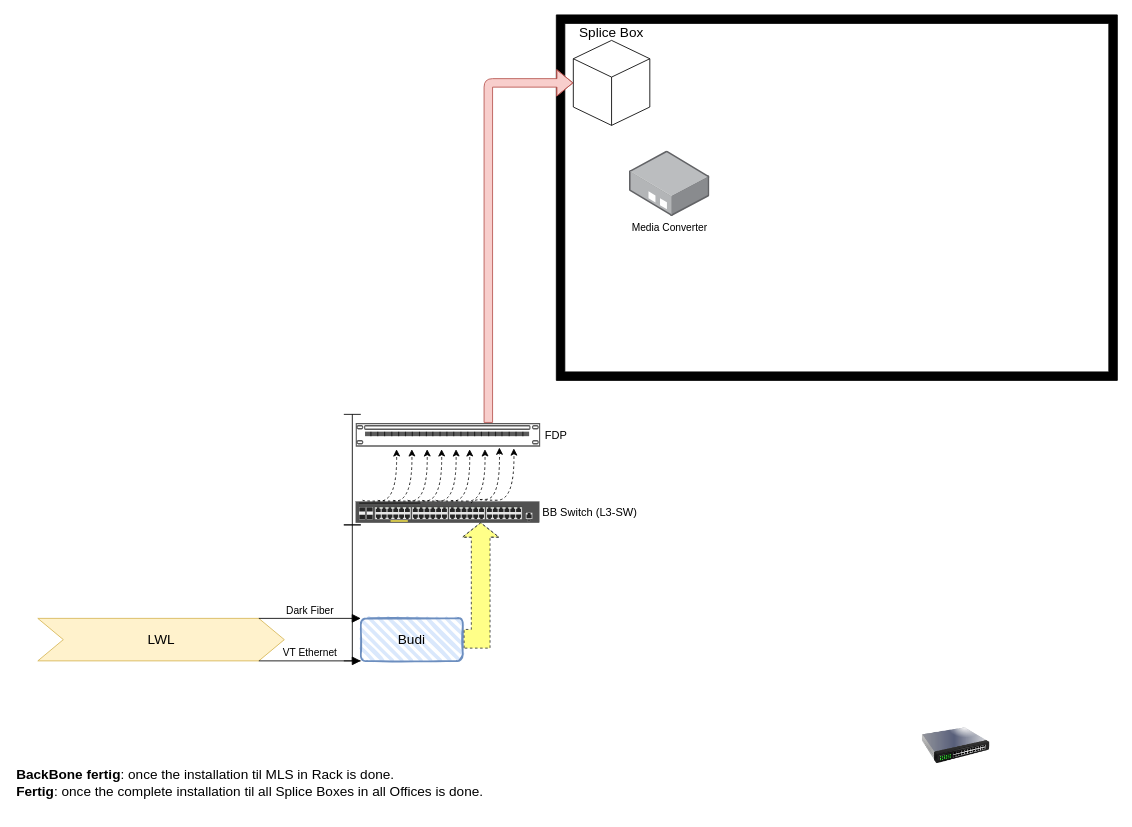
The draw.io diagram Optical Fiber connection - Office Side/main OF.drawio in payam-avarwand/Network_Diagrams, before the edit. Source tidied: cells renumbered, new cells numbered last; positions are measured from the earlier drawing's top-left corner, leaving out a move shared by most shapes. Both pictures are drawn from the tidied source at 85%, with x=0, y=0 at pixel (14, 14).
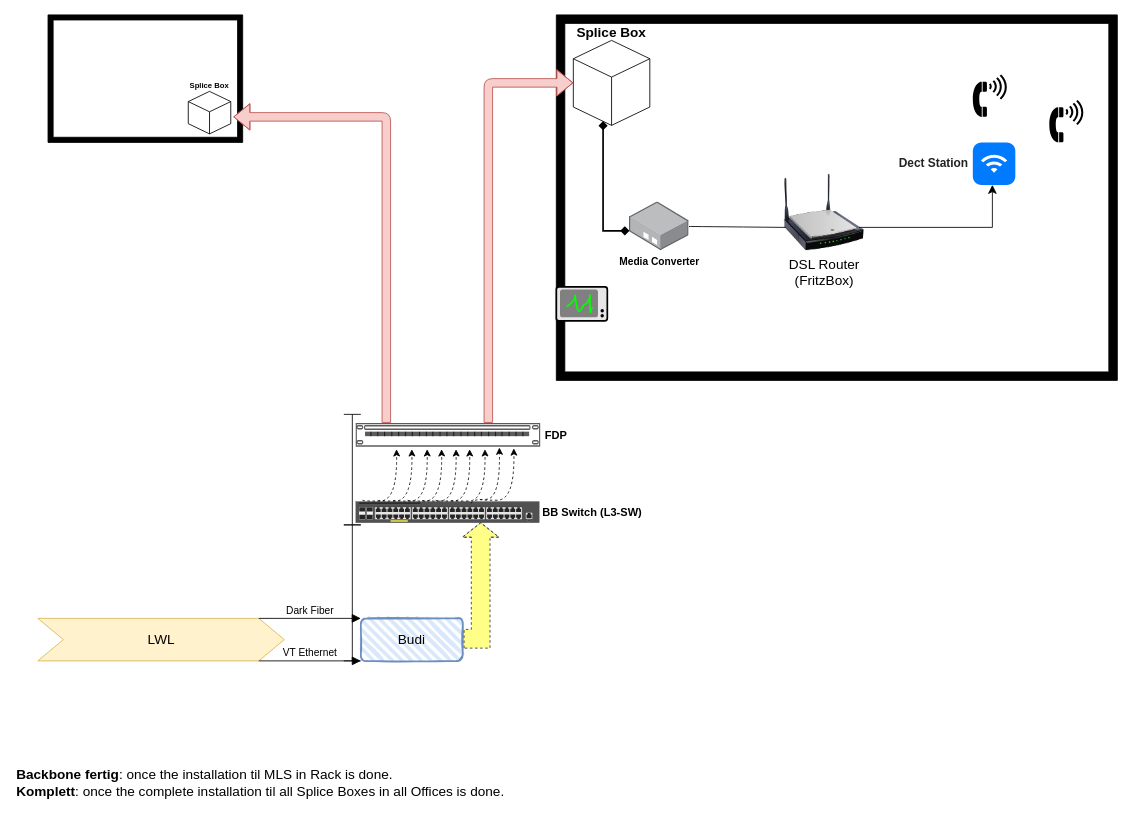
After the change.

Diff of the diagram source:
```diff
@@
-    <mxCell id="2" style="image;html=1;image=img/lib/clip_art/networking/Switch_128x128.png;" parent="1" vertex="1">
-      <mxGeometry x="1067" y="820" width="80" height="80" as="geometry" />
-    </mxCell>
-    <mxCell id="3" value="Media Converter" style="image;points=[];html=1;align=center;shadow=0;dashed=0;image=img/lib/allied_telesis/media_converters/Media_Converter_Standalone.svg;imageBackground=none;fillStyle=auto;imageBorder=none;" parent="1" vertex="1">
-      <mxGeometry x="723" y="160" width="94.6" height="77.2" as="geometry" />
+    <mxCell id="3" value="&lt;b&gt;Media Converter&lt;/b&gt;" style="image;points=[];html=1;align=center;shadow=0;dashed=0;image=img/lib/allied_telesis/media_converters/Media_Converter_Standalone.svg;imageBackground=none;fillStyle=auto;imageBorder=none;verticalAlign=top;" parent="1" vertex="1">
+      <mxGeometry x="723" y="220" width="70.1" height="57.2" as="geometry" />
     </mxCell>
@@
-    <mxCell id="6" value="&lt;div align=&quot;left&quot;&gt;&lt;b&gt;BackBone fertig&lt;/b&gt;: once the installation til MLS in Rack is done.&lt;/div&gt;&lt;div align=&quot;left&quot;&gt;&lt;b&gt;Fertig&lt;/b&gt;: once the complete installation til all Splice Boxes in all Offices is done.&lt;/div&gt;" style="text;strokeColor=none;fillColor=none;html=1;align=left;verticalAlign=middle;whiteSpace=wrap;rounded=0;fontSize=16;" parent="1" vertex="1">
-      <mxGeometry y="867" width="570" height="71" as="geometry" />
+    <mxCell id="6" value="&lt;div align=&quot;left&quot;&gt;&lt;b&gt;Backbone fertig&lt;/b&gt;: once the installation til MLS in Rack is done.&lt;/div&gt;&lt;div align=&quot;left&quot;&gt;&lt;b&gt;Komplett&lt;/b&gt;: once the complete installation til all Splice Boxes in all Offices is done.&lt;/div&gt;" style="text;strokeColor=none;fillColor=none;html=1;align=left;verticalAlign=middle;whiteSpace=wrap;rounded=0;fontSize=16;" parent="1" vertex="1">
+      <mxGeometry y="867" width="627" height="71" as="geometry" />
     </mxCell>
@@
-    <mxCell id="11" value="FDP" style="strokeColor=#666666;html=1;labelPosition=right;align=left;spacingLeft=15;shadow=0;dashed=0;shape=mxgraph.rack.general.cat5e_rack_mount_patch_panel_24_ports;fontSize=13;verticalAlign=middle;spacing=-9;" parent="1" vertex="1">
+    <mxCell id="11" value="&lt;b&gt;FDP&lt;/b&gt;" style="strokeColor=#666666;html=1;labelPosition=right;align=left;spacingLeft=15;shadow=0;dashed=0;shape=mxgraph.rack.general.cat5e_rack_mount_patch_panel_24_ports;fontSize=13;verticalAlign=middle;spacing=-9;" parent="1" vertex="1">
       <mxGeometry x="401" y="480" width="217" height="28" as="geometry" />
     </mxCell>
-    <mxCell id="12" value="BB Switch (L3-SW)" style="html=1;verticalLabelPosition=middle;verticalAlign=middle;shadow=0;dashed=0;shape=mxgraph.rack.hpe_aruba.switches.jl256a_aruba_2930f_48g_poeplus_4sfpplus_switch;fontSize=13;labelPosition=right;align=left;spacing=4;" parent="1" vertex="1">
+    <mxCell id="12" value="&lt;b&gt;BB Switch (L3-SW)&lt;/b&gt;" style="html=1;verticalLabelPosition=middle;verticalAlign=middle;shadow=0;dashed=0;shape=mxgraph.rack.hpe_aruba.switches.jl256a_aruba_2930f_48g_poeplus_4sfpplus_switch;fontSize=13;labelPosition=right;align=left;spacing=4;" parent="1" vertex="1">
       <mxGeometry x="401" y="572.5" width="216" height="25" as="geometry" />
     </mxCell>
@@
-    <mxCell id="24" value="&lt;p style=&quot;line-height: 0%;&quot;&gt;Splice Box&lt;/p&gt;" style="html=1;whiteSpace=wrap;shape=isoCube2;backgroundOutline=1;isoAngle=15;fontSize=16;labelPosition=center;verticalLabelPosition=top;align=center;verticalAlign=bottom;spacing=-8;" parent="1" vertex="1">
+    <mxCell id="24" value="&lt;p style=&quot;line-height: 0%;&quot;&gt;&lt;b&gt;Splice Box&lt;/b&gt;&lt;/p&gt;" style="html=1;whiteSpace=wrap;shape=isoCube2;backgroundOutline=1;isoAngle=15;fontSize=16;labelPosition=center;verticalLabelPosition=top;align=center;verticalAlign=bottom;spacing=-8;" parent="1" vertex="1">
       <mxGeometry x="657" y="30" width="90" height="100" as="geometry" />
     </mxCell>
@@
+    <mxCell id="27" style="verticalLabelPosition=bottom;html=1;verticalAlign=top;align=center;shape=mxgraph.floorplan.room;fillColor=strokeColor;fontSize=16;strokeWidth=1;shadow=0;wallThickness=6;" parent="1" vertex="1">
+      <mxGeometry x="39" width="229" height="150" as="geometry" />
+    </mxCell>
+    <mxCell id="28" value="&lt;b style=&quot;font-size: 9px;&quot;&gt;&lt;font style=&quot;font-size: 9px;&quot;&gt;Splice Box&lt;/font&gt;&lt;/b&gt;" style="html=1;whiteSpace=wrap;shape=isoCube2;backgroundOutline=1;isoAngle=15;fontSize=9;labelPosition=center;verticalLabelPosition=top;align=center;verticalAlign=bottom;spacing=1;" parent="1" vertex="1">
+      <mxGeometry x="204" y="90" width="50" height="50" as="geometry" />
+    </mxCell>
+    <mxCell id="29" style="edgeStyle=segmentEdgeStyle;endArrow=classic;html=1;curved=0;rounded=1;fontSize=12;fillColor=#f8cecc;strokeColor=#b85450;shadow=0;shape=flexArrow;" parent="1" edge="1">
+      <mxGeometry relative="1" as="geometry">
+        <mxPoint x="437" y="480" as="sourcePoint" />
+        <mxPoint x="257" y="120" as="targetPoint" />
+        <Array as="points">
+          <mxPoint x="437" y="120" />
+          <mxPoint x="277" y="120" />
+        </Array>
+      </mxGeometry>
+    </mxCell>
+    <mxCell id="30" style="endArrow=diamond;html=1;fontSize=12;entryX=0.389;entryY=0.95;entryDx=0;entryDy=0;entryPerimeter=0;exitX=0;exitY=0.596;exitDx=0;exitDy=0;exitPerimeter=0;horizontal=1;verticalAlign=top;edgeStyle=orthogonalEdgeStyle;endFill=1;startArrow=diamond;startFill=1;strokeWidth=2;rounded=0;jumpStyle=sharp;shadow=0;" parent="1" edge="1" source="3" target="24">
+      <mxGeometry relative="1" as="geometry" />
+    </mxCell>
+    <mxCell id="31" value="&lt;div&gt;DSL Router&lt;/div&gt;&lt;div&gt;(FritzBox)&lt;br&gt;&lt;/div&gt;" style="image;html=1;image=img/lib/clip_art/networking/Wireless_Router_N_128x128.png;fontSize=16;" parent="1" vertex="1">
+      <mxGeometry x="897" y="187.2" width="110" height="90" as="geometry" />
+    </mxCell>
+    <mxCell id="32" style="endArrow=none;html=1;rounded=0;fontSize=12;startSize=8;endSize=8;curved=1;entryX=0.091;entryY=0.698;entryDx=0;entryDy=0;entryPerimeter=0;" parent="1" edge="1" source="3" target="31">
+      <mxGeometry relative="1" as="geometry" />
+    </mxCell>
+    <mxCell id="33" style="html=1;strokeWidth=2;dashed=0;align=center;fontSize=8;verticalLabelPosition=bottom;verticalAlign=top;shape=mxgraph.eip.control_bus;fillColor=#c0f5a9;" parent="1" vertex="1">
+      <mxGeometry x="637" y="320" width="60" height="40" as="geometry" />
+    </mxCell>
+    <mxCell id="34" style="shape=mxgraph.signs.tech.telephone_4;html=1;fillColor=#000000;strokeColor=none;verticalLabelPosition=bottom;verticalAlign=top;align=center;fontSize=16;" parent="1" vertex="1">
+      <mxGeometry x="1217" y="100" width="40" height="50" as="geometry" />
+    </mxCell>
+    <mxCell id="35" style="shape=mxgraph.signs.tech.telephone_4;html=1;fillColor=#000000;strokeColor=none;verticalLabelPosition=bottom;verticalAlign=top;align=center;fontSize=16;" parent="1" vertex="1">
+      <mxGeometry x="1127" y="70" width="40" height="50" as="geometry" />
+    </mxCell>
+    <mxCell id="36" value="&lt;font style=&quot;font-size: 14px;&quot;&gt;&lt;b&gt;Dect Station&lt;/b&gt;&lt;br&gt;&lt;/font&gt;" style="html=1;strokeWidth=1;shadow=0;dashed=0;shape=mxgraph.ios7.misc.wifi;fillColor=#007AFF;strokeColor=none;buttonText=;strokeColor2=#222222;fontColor=#222222;fontSize=8;verticalLabelPosition=middle;verticalAlign=middle;align=right;sketch=0;labelPosition=left;spacing=6;" parent="1" vertex="1">
+      <mxGeometry x="1127" y="150" width="50" height="50" as="geometry" />
+    </mxCell>
+    <mxCell id="37" style="edgeStyle=segmentEdgeStyle;endArrow=classic;html=1;curved=0;rounded=0;endSize=8;startSize=8;fontSize=12;entryX=0.46;entryY=1;entryDx=0;entryDy=0;entryPerimeter=0;" parent="1" edge="1" target="36">
+      <mxGeometry relative="1" as="geometry">
+        <mxPoint x="993" y="250" as="sourcePoint" />
+      </mxGeometry>
+    </mxCell>
```
